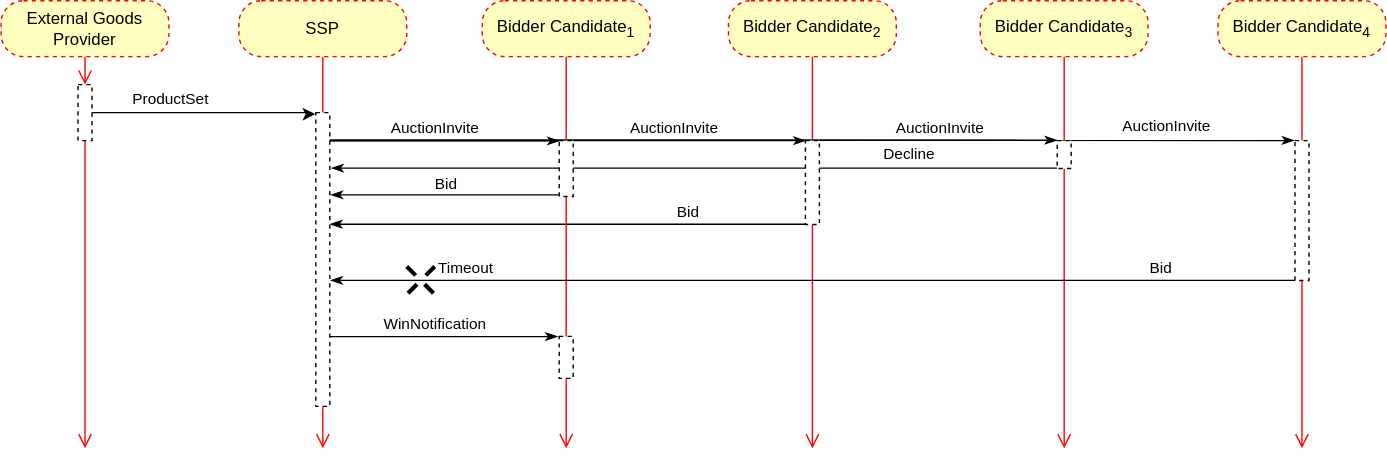
eutkin/diagrams keeps this draw.io diagram as GeneralDataFlow.svg. Above is the earlier version. Source tidied: cells renumbered, new cells last; positions are measured from the earlier drawing's top-left corner, leaving out a move shared by most shapes.
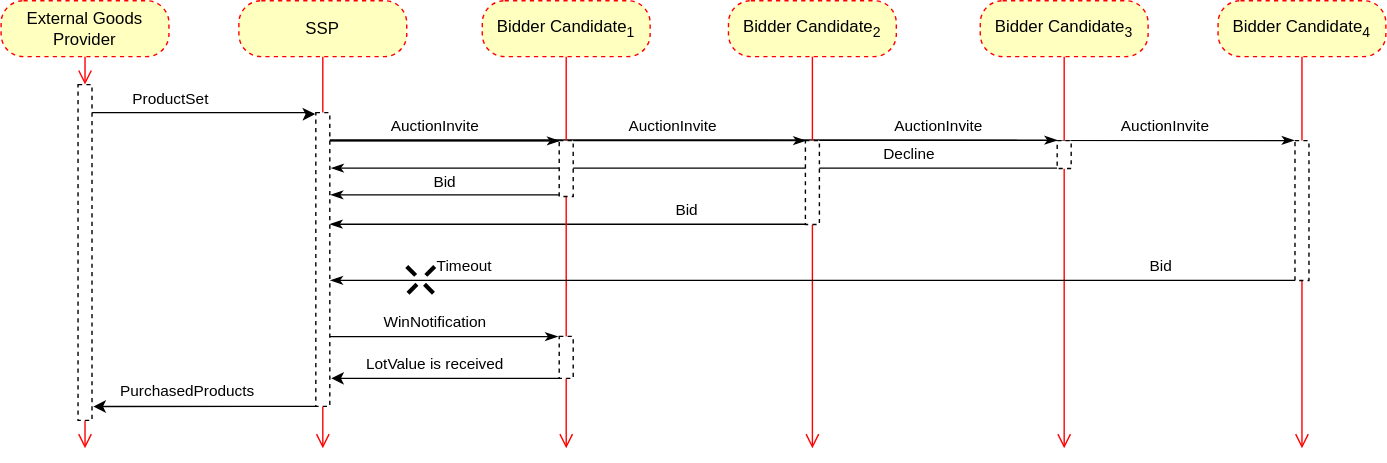
The same file after the commit.

The edit, as a diff of the source:
```diff
@@ -71,7 +71,7 @@
       </mxGeometry>
     </mxCell>
     <mxCell id="18" style="html=1;points=[];perimeter=orthogonalPerimeter;dashed=1;" parent="1" vertex="1">
-      <mxGeometry x="55" y="60" width="10" height="40" as="geometry" />
+      <mxGeometry x="55" y="60" width="10" height="240" as="geometry" />
     </mxCell>
     <mxCell id="19" style="edgeStyle=orthogonalEdgeStyle;html=1;verticalAlign=bottom;endArrow=open;endSize=8;strokeColor=#ff0000;" parent="1" edge="1" source="6" target="18">
       <mxGeometry relative="1" as="geometry" />
@@ -106,6 +106,14 @@
         <mxPoint x="23.8" y="-10.2" as="offset" />
       </mxGeometry>
     </mxCell>
+    <mxCell id="49" style="edgeStyle=none;rounded=0;jettySize=auto;html=1;entryX=1.091;entryY=0.959;entryDx=0;entryDy=0;entryPerimeter=0;startArrow=none;startFill=0;endArrow=classic;endFill=1;strokeWidth=1;" parent="1" edge="1" source="28" target="18">
+      <mxGeometry relative="1" as="geometry" />
+    </mxCell>
+    <mxCell id="50" value="PurchasedProducts" style="edgeLabel;html=1;align=center;verticalAlign=middle;" parent="49" vertex="1">
+      <mxGeometry x="0.15" y="1" relative="1" as="geometry">
+        <mxPoint y="-11.9" as="offset" />
+      </mxGeometry>
+    </mxCell>
     <mxCell id="28" style="html=1;points=[];perimeter=orthogonalPerimeter;dashed=1;" parent="1" vertex="1">
       <mxGeometry x="225" y="80" width="10" height="210" as="geometry" />
     </mxCell>
@@ -174,6 +182,16 @@
     <mxCell id="47" style="shape=umlDestroy;whiteSpace=wrap;html=1;strokeWidth=3;dashed=1;" parent="1" vertex="1">
       <mxGeometry x="290" y="190" width="20" height="20" as="geometry" />
     </mxCell>
+    <mxCell id="51" style="rounded=0;jettySize=auto;html=1;startArrow=none;startFill=0;endArrow=classic;endFill=1;strokeWidth=1;" parent="1" edge="1" source="48">
+      <mxGeometry relative="1" as="geometry">
+        <mxPoint x="236" y="270" as="targetPoint" />
+      </mxGeometry>
+    </mxCell>
+    <mxCell id="52" value="LotValue is received" style="edgeLabel;html=1;align=center;verticalAlign=middle;" parent="51" vertex="1">
+      <mxGeometry x="0.14" y="1" relative="1" as="geometry">
+        <mxPoint x="4.3" y="-11" as="offset" />
+      </mxGeometry>
+    </mxCell>
     <mxCell id="48" style="html=1;points=[];perimeter=orthogonalPerimeter;dashed=1;" parent="1" vertex="1">
       <mxGeometry x="399" y="240" width="10" height="30" as="geometry" />
     </mxCell>
```
